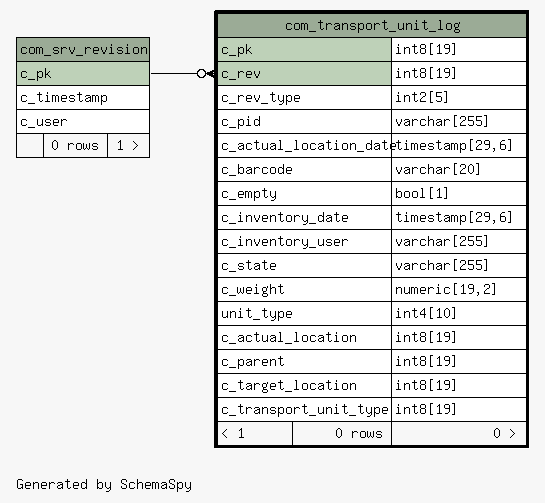
Before: 1.7.0-SNAPSHOT/schemaspy/diagrams/com_transport_unit_log.1degree.png, a diagram exported from Graphviz (openwms/org.openwms.common.service.lib). Its source is kept beside it as 1.7.0-SNAPSHOT/schemaspy/diagrams/com_transport_unit_log.1degree.dot. The source it was exported from:
```dot
digraph "oneDegreeRelationshipsDiagram" {
  graph [
    rankdir="RL"
    bgcolor="#f7f7f7"
    label="\nGenerated by SchemaSpy"
    labeljust="l"
    nodesep="0.18"
    ranksep="0.46"
    fontname="Helvetica"
    fontsize="11"
  ];
  node [
    fontname="Helvetica"
    fontsize="11"
    shape="plaintext"
  ];
  edge [
    arrowsize="0.8"
  ];
  "com_transport_unit_log":"c_rev":w -> "com_srv_revision":"c_pk":e [arrowhead=none dir=back arrowtail=crowodot];
  "com_srv_revision" [
    label=<
    <TABLE BORDER="0" CELLBORDER="1" CELLSPACING="0" BGCOLOR="#ffffff">
      <TR><TD COLSPAN="3" BGCOLOR="#9bab96" ALIGN="CENTER">com_srv_revision</TD></TR>
      <TR><TD PORT="c_pk" COLSPAN="3" BGCOLOR="#bed1b8" ALIGN="LEFT">c_pk</TD></TR>
      <TR><TD PORT="c_timestamp" COLSPAN="3" ALIGN="LEFT">c_timestamp</TD></TR>
      <TR><TD PORT="c_user" COLSPAN="3" ALIGN="LEFT">c_user</TD></TR>
      <TR><TD ALIGN="LEFT" BGCOLOR="#f7f7f7">  </TD><TD ALIGN="RIGHT" BGCOLOR="#f7f7f7">0 rows</TD><TD ALIGN="RIGHT" BGCOLOR="#f7f7f7">1 &gt;</TD></TR>
    </TABLE>>
    URL="com_srv_revision.html"
    tooltip="com_srv_revision"
  ];
  "com_transport_unit_log" [
    label=<
    <TABLE BORDER="2" CELLBORDER="1" CELLSPACING="0" BGCOLOR="#ffffff">
      <TR><TD COLSPAN="3" BGCOLOR="#9bab96" ALIGN="CENTER">com_transport_unit_log</TD></TR>
      <TR><TD PORT="c_pk" COLSPAN="2" BGCOLOR="#bed1b8" ALIGN="LEFT">c_pk</TD><TD PORT="c_pk.type" ALIGN="LEFT">int8[19]</TD></TR>
      <TR><TD PORT="c_rev" COLSPAN="2" BGCOLOR="#bed1b8" ALIGN="LEFT">c_rev</TD><TD PORT="c_rev.type" ALIGN="LEFT">int8[19]</TD></TR>
      <TR><TD PORT="c_rev_type" COLSPAN="2" ALIGN="LEFT">c_rev_type</TD><TD PORT="c_rev_type.type" ALIGN="LEFT">int2[5]</TD></TR>
      <TR><TD PORT="c_pid" COLSPAN="2" ALIGN="LEFT">c_pid</TD><TD PORT="c_pid.type" ALIGN="LEFT">varchar[255]</TD></TR>
      <TR><TD PORT="c_actual_location_date" COLSPAN="2" ALIGN="LEFT">c_actual_location_date</TD><TD PORT="c_actual_location_date.type" ALIGN="LEFT">timestamp[29,6]</TD></TR>
      <TR><TD PORT="c_barcode" COLSPAN="2" ALIGN="LEFT">c_barcode</TD><TD PORT="c_barcode.type" ALIGN="LEFT">varchar[20]</TD></TR>
      <TR><TD PORT="c_empty" COLSPAN="2" ALIGN="LEFT">c_empty</TD><TD PORT="c_empty.type" ALIGN="LEFT">bool[1]</TD></TR>
      <TR><TD PORT="c_inventory_date" COLSPAN="2" ALIGN="LEFT">c_inventory_date</TD><TD PORT="c_inventory_date.type" ALIGN="LEFT">timestamp[29,6]</TD></TR>
      <TR><TD PORT="c_inventory_user" COLSPAN="2" ALIGN="LEFT">c_inventory_user</TD><TD PORT="c_inventory_user.type" ALIGN="LEFT">varchar[255]</TD></TR>
      <TR><TD PORT="c_state" COLSPAN="2" ALIGN="LEFT">c_state</TD><TD PORT="c_state.type" ALIGN="LEFT">varchar[255]</TD></TR>
      <TR><TD PORT="c_weight" COLSPAN="2" ALIGN="LEFT">c_weight</TD><TD PORT="c_weight.type" ALIGN="LEFT">numeric[19,2]</TD></TR>
      <TR><TD PORT="unit_type" COLSPAN="2" ALIGN="LEFT">unit_type</TD><TD PORT="unit_type.type" ALIGN="LEFT">int4[10]</TD></TR>
      <TR><TD PORT="c_actual_location" COLSPAN="2" ALIGN="LEFT">c_actual_location</TD><TD PORT="c_actual_location.type" ALIGN="LEFT">int8[19]</TD></TR>
      <TR><TD PORT="c_parent" COLSPAN="2" ALIGN="LEFT">c_parent</TD><TD PORT="c_parent.type" ALIGN="LEFT">int8[19]</TD></TR>
      <TR><TD PORT="c_target_location" COLSPAN="2" ALIGN="LEFT">c_target_location</TD><TD PORT="c_target_location.type" ALIGN="LEFT">int8[19]</TD></TR>
      <TR><TD PORT="c_transport_unit_type" COLSPAN="2" ALIGN="LEFT">c_transport_unit_type</TD><TD PORT="c_transport_unit_type.type" ALIGN="LEFT">int8[19]</TD></TR>
      <TR><TD ALIGN="LEFT" BGCOLOR="#f7f7f7">&lt; 1</TD><TD ALIGN="RIGHT" BGCOLOR="#f7f7f7">0 rows</TD><TD ALIGN="RIGHT" BGCOLOR="#f7f7f7">0 &gt;</TD></TR>
    </TABLE>>
    URL="com_transport_unit_log.html"
    tooltip="com_transport_unit_log"
  ];
}
```
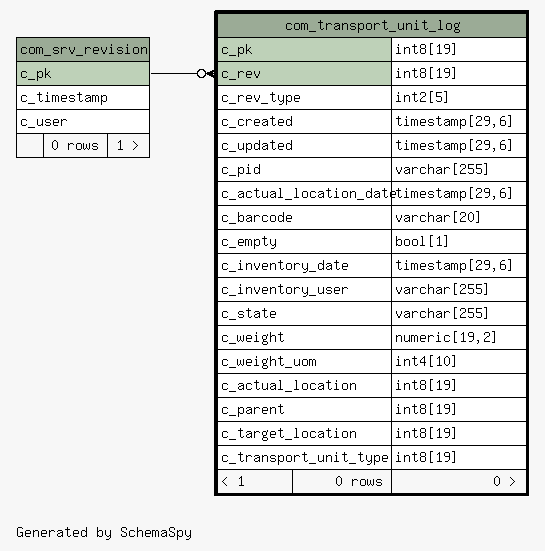
Later version of the same file.

Diff of the diagram source:
```diff
@@ -37,6 +37,8 @@
       <TR><TD PORT="c_pk" COLSPAN="2" BGCOLOR="#bed1b8" ALIGN="LEFT">c_pk</TD><TD PORT="c_pk.type" ALIGN="LEFT">int8[19]</TD></TR>
       <TR><TD PORT="c_rev" COLSPAN="2" BGCOLOR="#bed1b8" ALIGN="LEFT">c_rev</TD><TD PORT="c_rev.type" ALIGN="LEFT">int8[19]</TD></TR>
       <TR><TD PORT="c_rev_type" COLSPAN="2" ALIGN="LEFT">c_rev_type</TD><TD PORT="c_rev_type.type" ALIGN="LEFT">int2[5]</TD></TR>
+      <TR><TD PORT="c_created" COLSPAN="2" ALIGN="LEFT">c_created</TD><TD PORT="c_created.type" ALIGN="LEFT">timestamp[29,6]</TD></TR>
+      <TR><TD PORT="c_updated" COLSPAN="2" ALIGN="LEFT">c_updated</TD><TD PORT="c_updated.type" ALIGN="LEFT">timestamp[29,6]</TD></TR>
       <TR><TD PORT="c_pid" COLSPAN="2" ALIGN="LEFT">c_pid</TD><TD PORT="c_pid.type" ALIGN="LEFT">varchar[255]</TD></TR>
       <TR><TD PORT="c_actual_location_date" COLSPAN="2" ALIGN="LEFT">c_actual_location_date</TD><TD PORT="c_actual_location_date.type" ALIGN="LEFT">timestamp[29,6]</TD></TR>
       <TR><TD PORT="c_barcode" COLSPAN="2" ALIGN="LEFT">c_barcode</TD><TD PORT="c_barcode.type" ALIGN="LEFT">varchar[20]</TD></TR>
@@ -45,7 +47,7 @@
       <TR><TD PORT="c_inventory_user" COLSPAN="2" ALIGN="LEFT">c_inventory_user</TD><TD PORT="c_inventory_user.type" ALIGN="LEFT">varchar[255]</TD></TR>
       <TR><TD PORT="c_state" COLSPAN="2" ALIGN="LEFT">c_state</TD><TD PORT="c_state.type" ALIGN="LEFT">varchar[255]</TD></TR>
       <TR><TD PORT="c_weight" COLSPAN="2" ALIGN="LEFT">c_weight</TD><TD PORT="c_weight.type" ALIGN="LEFT">numeric[19,2]</TD></TR>
-      <TR><TD PORT="unit_type" COLSPAN="2" ALIGN="LEFT">unit_type</TD><TD PORT="unit_type.type" ALIGN="LEFT">int4[10]</TD></TR>
+      <TR><TD PORT="c_weight_uom" COLSPAN="2" ALIGN="LEFT">c_weight_uom</TD><TD PORT="c_weight_uom.type" ALIGN="LEFT">int4[10]</TD></TR>
       <TR><TD PORT="c_actual_location" COLSPAN="2" ALIGN="LEFT">c_actual_location</TD><TD PORT="c_actual_location.type" ALIGN="LEFT">int8[19]</TD></TR>
       <TR><TD PORT="c_parent" COLSPAN="2" ALIGN="LEFT">c_parent</TD><TD PORT="c_parent.type" ALIGN="LEFT">int8[19]</TD></TR>
       <TR><TD PORT="c_target_location" COLSPAN="2" ALIGN="LEFT">c_target_location</TD><TD PORT="c_target_location.type" ALIGN="LEFT">int8[19]</TD></TR>
```
